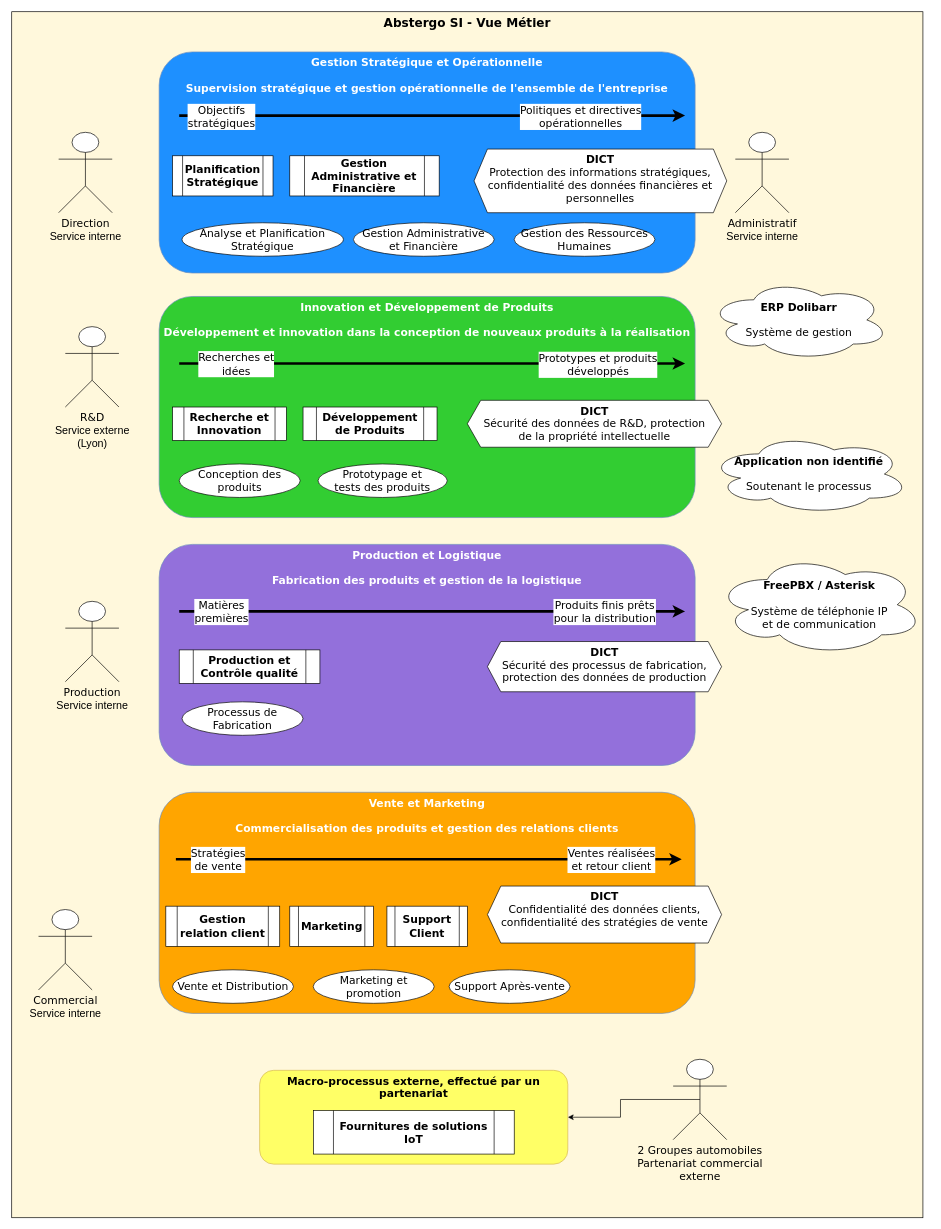
CharifMah/AbstergoAnimus keeps this draw.io diagram as Vue_Métier_v2.drawio. Above is the earlier version. Source tidied: cells renumbered, new cells numbered last; positions are measured from the earlier drawing's top-left corner, leaving out a move shared by most shapes. Both pictures are drawn from the tidied source at 67%, with x=0, y=0 at pixel (11, 11).
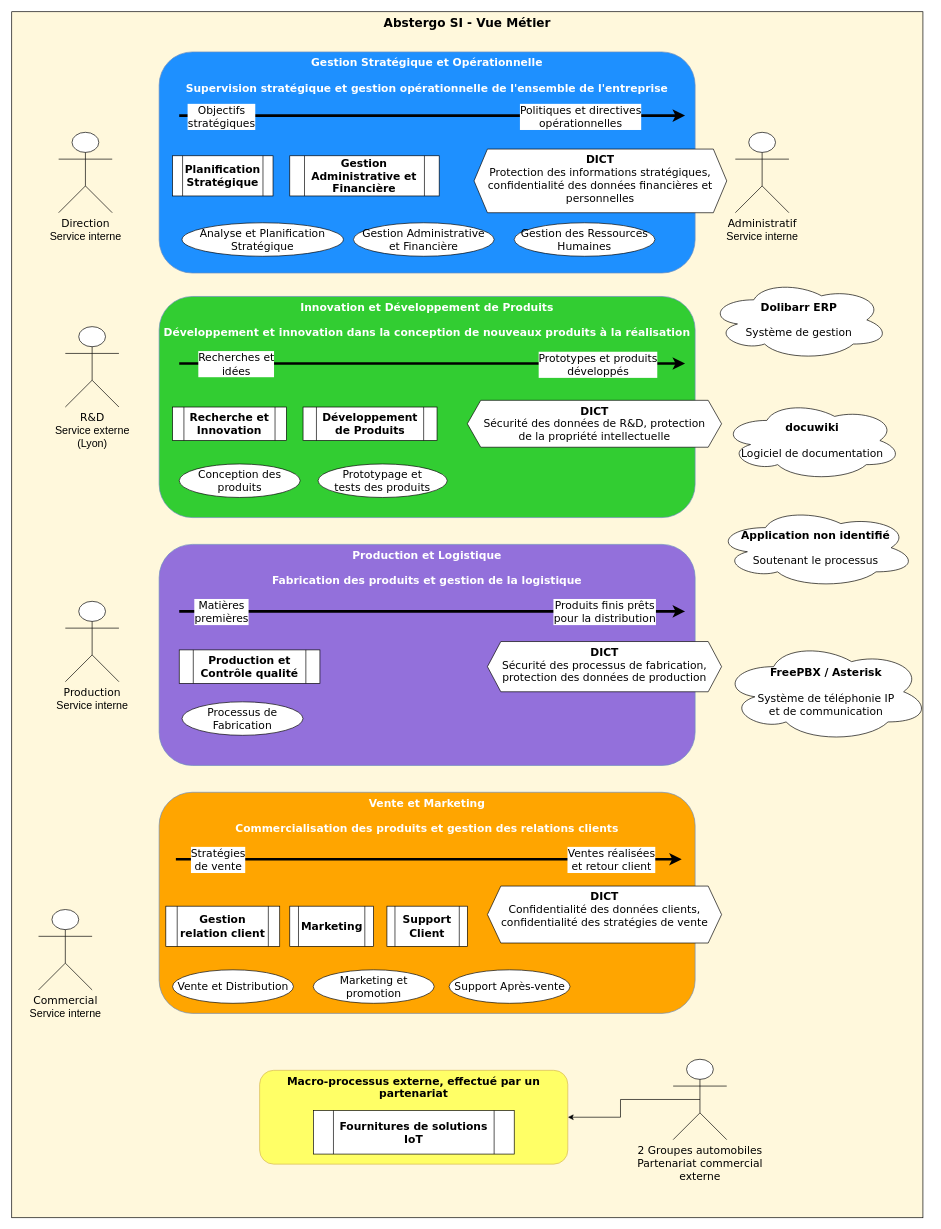
The same diagram, later.

Commit message:
Mettre à jour Vue_Métier_v2.drawio

What changed in the source:
```diff
@@
-    <mxCell id="2" value="&lt;font size=&quot;1&quot;&gt;&lt;b style=&quot;font-size: 18px;&quot;&gt;Abstergo SI - Vue Métier&lt;/b&gt;&lt;/font&gt;" style="rounded=0;whiteSpace=wrap;html=1;verticalAlign=top;fillColor=#FFF8DC;fontFamily=Verdana;" parent="1" vertex="1">
+    <mxCell id="2" value="&lt;b&gt;&lt;font size=&quot;1&quot;&gt;&lt;span style=&quot;font-size: 18px;&quot;&gt;Abstergo SI - Vue Métier&lt;/span&gt;&lt;/font&gt;&lt;/b&gt;" style="rounded=0;whiteSpace=wrap;html=1;verticalAlign=top;fillColor=#FFF8DC;fontFamily=Verdana;" parent="1" vertex="1">
       <mxGeometry width="1360" height="1800" as="geometry" />
     </mxCell>
@@
-    <mxCell id="46" value="&lt;font face=&quot;Verdana&quot; style=&quot;font-size: 16px;&quot;&gt;&lt;b&gt;ERP Dolibarr&lt;br&gt;&lt;/b&gt;&lt;br&gt;Système de gestion&lt;/font&gt;" style="ellipse;shape=cloud;whiteSpace=wrap;html=1;" parent="1" vertex="1">
+    <mxCell id="46" value="&lt;font face=&quot;Verdana&quot; style=&quot;font-size: 16px;&quot;&gt;&lt;b&gt;Dolibarr ERP&lt;br&gt;&lt;/b&gt;&lt;br&gt;Système de gestion&lt;/font&gt;" style="ellipse;shape=cloud;whiteSpace=wrap;html=1;" parent="1" vertex="1">
       <mxGeometry x="1040" y="400" width="270" height="120" as="geometry" />
     </mxCell>
     <mxCell id="47" value="&lt;font style=&quot;font-size: 16px;&quot; face=&quot;Verdana&quot;&gt;&lt;b&gt;Application non identifié&lt;br&gt;&lt;br&gt;&lt;/b&gt;Soutenant le processus&lt;b&gt;&lt;br&gt;&lt;/b&gt;&lt;/font&gt;" style="ellipse;shape=cloud;whiteSpace=wrap;html=1;" parent="1" vertex="1">
-      <mxGeometry x="1040" y="630" width="300" height="120" as="geometry" />
+      <mxGeometry x="1050" y="740" width="300" height="120" as="geometry" />
     </mxCell>
@@
     <mxCell id="51" value="&lt;font face=&quot;Verdana&quot; style=&quot;font-size: 16px;&quot;&gt;&lt;b&gt;FreePBX / Asterisk&lt;br&gt;&lt;/b&gt;&lt;br&gt;Système de téléphonie IP &lt;br&gt;et de communication&lt;br&gt;&lt;/font&gt;" style="ellipse;shape=cloud;whiteSpace=wrap;html=1;" parent="1" vertex="1">
-      <mxGeometry x="1050" y="810" width="310.5" height="150" as="geometry" />
+      <mxGeometry x="1059.5" y="940" width="310.5" height="150" as="geometry" />
     </mxCell>
+    <mxCell id="52" value="&lt;font face=&quot;Verdana&quot; style=&quot;font-size: 16px;&quot;&gt;&lt;b&gt;docuwiki&lt;br&gt;&lt;/b&gt;&lt;br&gt;Logiciel de documentation&lt;br&gt;&lt;/font&gt;" style="ellipse;shape=cloud;whiteSpace=wrap;html=1;" parent="1" vertex="1">
+      <mxGeometry x="1059.5" y="580" width="270" height="120" as="geometry" />
+    </mxCell>
```
